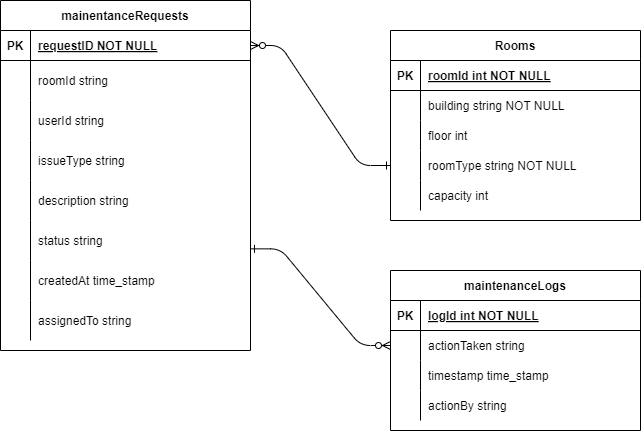
The draw.io diagram docs/media/maintenancetable.png in witsgroup-1/campus-infrastructure-management-docs, before a commit. Source tidied: cells renumbered, new cells last; positions are measured from the earlier drawing's top-left corner, leaving out a move shared by most shapes.
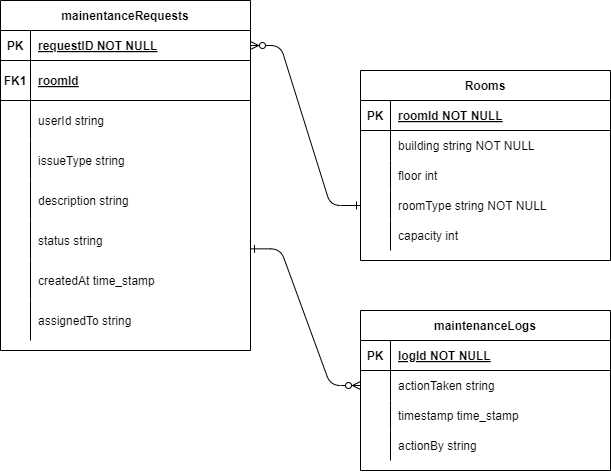
After the change.

Diff of the diagram source:
```diff
@@ -14,7 +14,7 @@
     <mxCell id="5" value="PK" style="shape=partialRectangle;overflow=hidden;fillColor=none;top=0;left=0;bottom=0;right=0;fontStyle=1;" parent="4" vertex="1">
       <mxGeometry width="30" height="30" as="geometry" />
     </mxCell>
-    <mxCell id="6" value="roomId int NOT NULL " style="shape=partialRectangle;overflow=hidden;fillColor=none;top=0;left=0;bottom=0;right=0;align=left;spacingLeft=6;fontStyle=5;" parent="4" vertex="1">
+    <mxCell id="6" value="roomId NOT NULL " style="shape=partialRectangle;overflow=hidden;fillColor=none;top=0;left=0;bottom=0;right=0;align=left;spacingLeft=6;fontStyle=5;" parent="4" vertex="1">
       <mxGeometry x="30" width="220" height="30" as="geometry" />
     </mxCell>
     <mxCell id="7" style="shape=partialRectangle;fillColor=none;top=0;left=0;right=0;bottom=0;" parent="3" vertex="1">
@@ -62,7 +62,7 @@
     <mxCell id="21" value="PK" style="shape=partialRectangle;overflow=hidden;fillColor=none;top=0;left=0;bottom=0;right=0;fontStyle=1;" parent="20" vertex="1">
       <mxGeometry width="30" height="30" as="geometry" />
     </mxCell>
-    <mxCell id="22" value="logId int NOT NULL " style="shape=partialRectangle;overflow=hidden;fillColor=none;top=0;left=0;bottom=0;right=0;align=left;spacingLeft=6;fontStyle=5;" parent="20" vertex="1">
+    <mxCell id="22" value="logId NOT NULL " style="shape=partialRectangle;overflow=hidden;fillColor=none;top=0;left=0;bottom=0;right=0;align=left;spacingLeft=6;fontStyle=5;" parent="20" vertex="1">
       <mxGeometry x="30" width="220" height="30" as="geometry" />
     </mxCell>
     <mxCell id="23" style="shape=partialRectangle;fillColor=none;points=[[0,0.5],[1,0.5]];portConstraint=eastwest;top=0;left=0;right=0;bottom=0;" parent="19" vertex="1">
@@ -92,8 +92,11 @@
     <mxCell id="31" value="actionBy string" style="shape=partialRectangle;overflow=hidden;fillColor=none;top=0;left=0;bottom=0;right=0;align=left;spacingLeft=6;" parent="29" vertex="1">
       <mxGeometry x="30" width="220" height="30" as="geometry" />
     </mxCell>
+    <mxCell id="57" style="edgeStyle=entityRelationEdgeStyle;endArrow=ERzeroToMany;startArrow=ERone;endFill=1;startFill=0;exitX=0;exitY=0.5;exitDx=0;exitDy=0;entryX=1;entryY=0.5;entryDx=0;entryDy=0;" parent="1" edge="1" source="13" target="33">
+      <mxGeometry relative="1" as="geometry" />
+    </mxCell>
     <mxCell id="32" value="mainentanceRequests" style="shape=table;startSize=30;rowLines=0;fontStyle=1;align=center;" parent="1" vertex="1">
-      <mxGeometry width="250" height="350" as="geometry" />
+      <mxGeometry x="30" y="-40" width="250" height="350" as="geometry" />
     </mxCell>
     <mxCell id="33" style="shape=partialRectangle;fillColor=none;points=[[0,0.5],[1,0.5]];portConstraint=eastwest;top=0;left=0;right=0;bottom=1;" parent="32" vertex="1">
       <mxGeometry y="30" width="250" height="30" as="geometry" />
@@ -104,13 +107,13 @@
     <mxCell id="35" value="requestID NOT NULL " style="shape=partialRectangle;overflow=hidden;fillColor=none;top=0;left=0;bottom=0;right=0;align=left;spacingLeft=6;fontStyle=5;" parent="33" vertex="1">
       <mxGeometry x="30" width="220" height="30" as="geometry" />
     </mxCell>
-    <mxCell id="36" style="shape=partialRectangle;fillColor=none;top=0;left=0;right=0;bottom=0;" parent="32" vertex="1">
+    <mxCell id="36" style="shape=partialRectangle;fillColor=none;top=0;left=0;right=0;bottom=1;perimeterSpacing=0;" parent="32" vertex="1">
       <mxGeometry y="60" width="250" height="40" as="geometry" />
     </mxCell>
-    <mxCell id="37" style="shape=partialRectangle;overflow=hidden;fillColor=none;top=0;left=0;bottom=0;right=0;" parent="36" vertex="1">
+    <mxCell id="37" value="FK1" style="shape=partialRectangle;overflow=hidden;fillColor=none;top=0;left=0;bottom=0;right=0;fontStyle=1;" parent="36" vertex="1">
       <mxGeometry width="30" height="40" as="geometry" />
     </mxCell>
-    <mxCell id="38" value="roomId string" style="shape=partialRectangle;overflow=hidden;fillColor=none;top=0;left=0;bottom=0;right=0;align=left;spacingLeft=6;" parent="36" vertex="1">
+    <mxCell id="38" value="roomId" style="shape=partialRectangle;overflow=hidden;fillColor=none;top=0;left=0;bottom=0;right=0;align=left;spacingLeft=6;fontStyle=5;" parent="36" vertex="1">
       <mxGeometry x="30" width="220" height="40" as="geometry" />
     </mxCell>
     <mxCell id="39" style="shape=partialRectangle;fillColor=none;top=0;left=0;right=0;bottom=0;" parent="32" vertex="1">
@@ -167,8 +170,5 @@
     <mxCell id="56" value="assignedTo string" style="shape=partialRectangle;overflow=hidden;fillColor=none;top=0;left=0;bottom=0;right=0;align=left;spacingLeft=6;" parent="54" vertex="1">
       <mxGeometry x="30" width="220" height="40" as="geometry" />
     </mxCell>
-    <mxCell id="57" style="edgeStyle=entityRelationEdgeStyle;endArrow=ERzeroToMany;startArrow=ERone;endFill=1;startFill=0;exitX=0;exitY=0.5;exitDx=0;exitDy=0;entryX=1;entryY=0.5;entryDx=0;entryDy=0;" parent="1" edge="1" source="13" target="33">
-      <mxGeometry relative="1" as="geometry" />
-    </mxCell>
   </root>
 </mxGraphModel>
```
